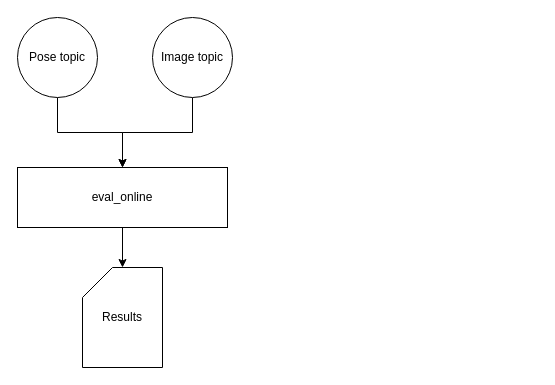
Before: page "Page-1" (1 of 2) of eval_online.drawio in sunbingfeng/draw_sketches, a draw.io diagram. Source tidied: cells renumbered, new cells numbered last; positions are measured from the earlier drawing's top-left corner, leaving out a move shared by most shapes. Both pictures are drawn from the tidied source at 100%, with x=0, y=0 at pixel (17, 17).
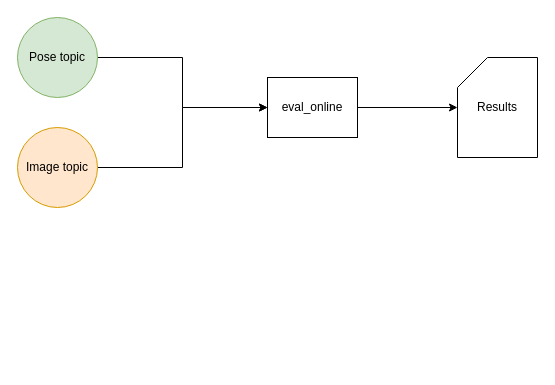
After the change.

The edit, as a diff of the source:
```diff
@@
 <mxGraphModel>
   <root>
     <mxCell id="0" />
     <mxCell id="1" parent="0" />
     <mxCell id="2" style="edgeStyle=orthogonalEdgeStyle;rounded=0;jettySize=auto;html=1;" parent="1" edge="1" source="3" target="7">
       <mxGeometry relative="1" as="geometry" />
     </mxCell>
-    <mxCell id="3" value="Pose topic" style="ellipse;whiteSpace=wrap;html=1;" parent="1" vertex="1">
+    <mxCell id="3" value="Pose topic" style="ellipse;whiteSpace=wrap;html=1;fillColor=#d5e8d4;strokeColor=#82b366;" parent="1" vertex="1">
       <mxGeometry width="80" height="80" as="geometry" />
     </mxCell>
     <mxCell id="4" style="edgeStyle=orthogonalEdgeStyle;rounded=0;jettySize=auto;html=1;" parent="1" edge="1" source="5" target="7">
       <mxGeometry relative="1" as="geometry" />
     </mxCell>
-    <mxCell id="5" value="Image topic" style="ellipse;whiteSpace=wrap;html=1;" parent="1" vertex="1">
-      <mxGeometry x="135" width="80" height="80" as="geometry" />
+    <mxCell id="5" value="Image topic" style="ellipse;whiteSpace=wrap;html=1;fillColor=#ffe6cc;strokeColor=#d79b00;" parent="1" vertex="1">
+      <mxGeometry y="110" width="80" height="80" as="geometry" />
     </mxCell>
-    <mxCell id="6" style="edgeStyle=orthogonalEdgeStyle;rounded=0;jettySize=auto;html=1;entryX=0.5;entryY=0;entryDx=0;entryDy=0;entryPerimeter=0;" parent="1" edge="1" source="7" target="8">
+    <mxCell id="6" style="edgeStyle=orthogonalEdgeStyle;rounded=0;jettySize=auto;html=1;" parent="1" edge="1" source="7" target="8">
       <mxGeometry relative="1" as="geometry" />
     </mxCell>
     <mxCell id="7" value="eval_online" style="rounded=0;whiteSpace=wrap;html=1;" parent="1" vertex="1">
-      <mxGeometry y="150" width="210" height="60" as="geometry" />
+      <mxGeometry x="250" y="60" width="90" height="60" as="geometry" />
     </mxCell>
     <mxCell id="8" value="Results" style="shape=card;whiteSpace=wrap;html=1;" parent="1" vertex="1">
-      <mxGeometry x="65" y="250" width="80" height="100" as="geometry" />
+      <mxGeometry x="440" y="40" width="80" height="100" as="geometry" />
     </mxCell>
   </root>
 </mxGraphModel>
```
